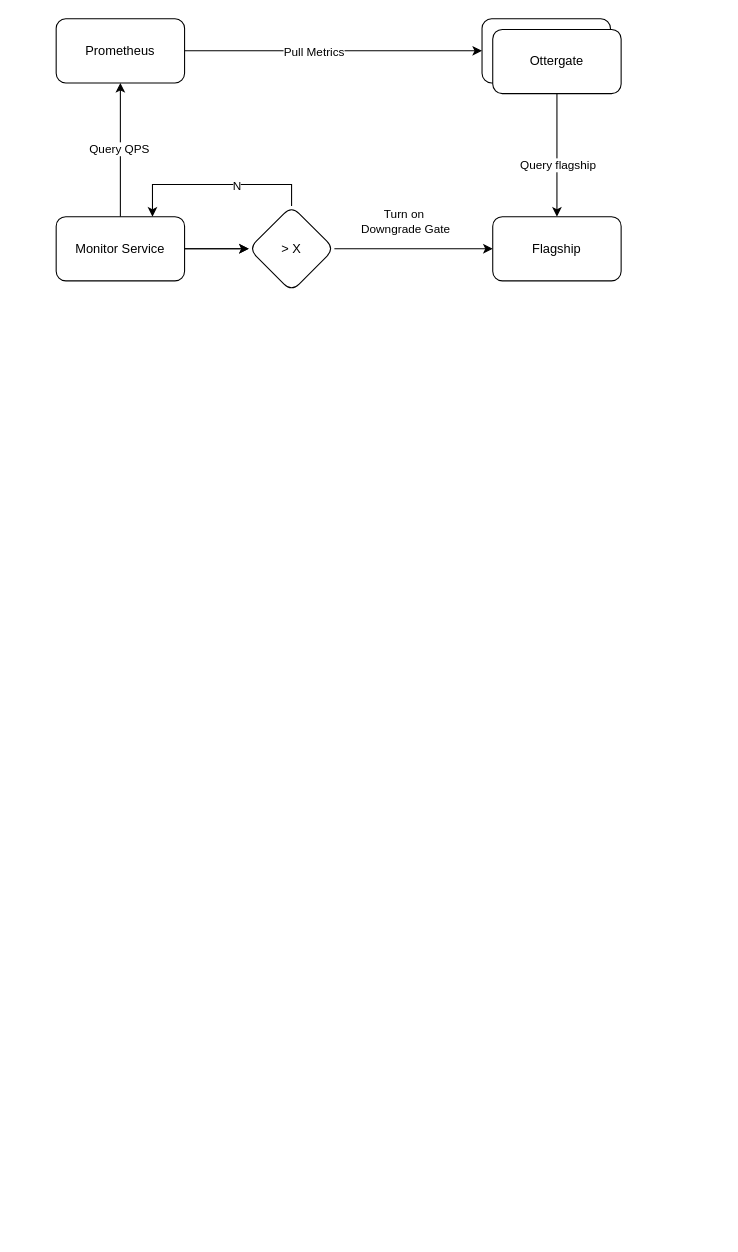
Before: Cp2 Service Down Outage Action Items .drawio in evagle/awesome, a draw.io diagram. Source tidied: cells renumbered, new cells numbered last; positions are measured from the earlier drawing's top-left corner, leaving out a move shared by most shapes. Both pictures are drawn from the tidied source at 107%, with x=0, y=0 at pixel (56, 18).
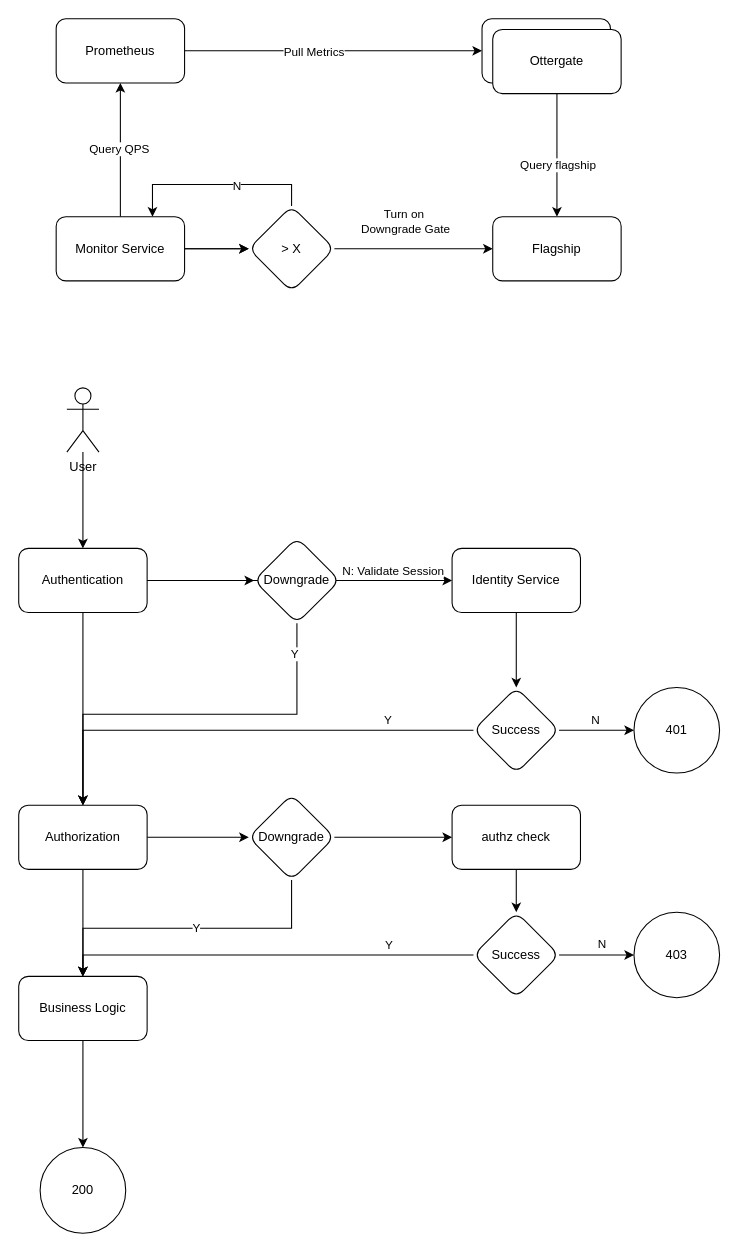
After the change.

What changed in the source:
```diff
@@
+    <mxCell id="20" style="edgeStyle=orthogonalEdgeStyle;rounded=0;jettySize=auto;html=1;entryX=0.5;entryY=0;entryDx=0;entryDy=0;" parent="1" edge="1" source="21" target="24">
+      <mxGeometry relative="1" as="geometry" />
+    </mxCell>
+    <mxCell id="21" value="User" style="shape=umlActor;verticalLabelPosition=bottom;verticalAlign=top;html=1;outlineConnect=0;" parent="1" vertex="1">
+      <mxGeometry x="10" y="345" width="30" height="60" as="geometry" />
+    </mxCell>
+    <mxCell id="22" style="edgeStyle=orthogonalEdgeStyle;rounded=0;jettySize=auto;html=1;exitX=0.5;exitY=1;exitDx=0;exitDy=0;entryX=0.5;entryY=0;entryDx=0;entryDy=0;" parent="1" edge="1" source="24" target="29">
+      <mxGeometry relative="1" as="geometry" />
+    </mxCell>
+    <mxCell id="23" style="edgeStyle=orthogonalEdgeStyle;rounded=0;jettySize=auto;html=1;" parent="1" edge="1" source="24" target="36">
+      <mxGeometry relative="1" as="geometry" />
+    </mxCell>
+    <mxCell id="24" value="Authentication" style="rounded=1;whiteSpace=wrap;html=1;" parent="1" vertex="1">
+      <mxGeometry x="-35" y="495" width="120" height="60" as="geometry" />
+    </mxCell>
+    <mxCell id="25" style="edgeStyle=orthogonalEdgeStyle;rounded=0;jettySize=auto;html=1;exitX=1;exitY=0.5;exitDx=0;exitDy=0;" parent="1" edge="1" source="24" target="33">
+      <mxGeometry relative="1" as="geometry" />
+    </mxCell>
+    <mxCell id="26" value="N: Validate Session" style="edgeLabel;html=1;align=center;verticalAlign=middle;" parent="25" vertex="1">
+      <mxGeometry x="-0.13" y="1" relative="1" as="geometry">
+        <mxPoint x="105" y="-9" as="offset" />
+      </mxGeometry>
+    </mxCell>
+    <mxCell id="27" style="edgeStyle=orthogonalEdgeStyle;rounded=0;jettySize=auto;html=1;exitX=0.5;exitY=1;exitDx=0;exitDy=0;" parent="1" edge="1" source="29" target="31">
+      <mxGeometry relative="1" as="geometry" />
+    </mxCell>
+    <mxCell id="28" style="edgeStyle=orthogonalEdgeStyle;rounded=0;jettySize=auto;html=1;" parent="1" edge="1" source="29" target="46">
+      <mxGeometry relative="1" as="geometry" />
+    </mxCell>
+    <mxCell id="29" value="Authorization" style="rounded=1;whiteSpace=wrap;html=1;" parent="1" vertex="1">
+      <mxGeometry x="-35" y="735" width="120" height="60" as="geometry" />
+    </mxCell>
+    <mxCell id="30" style="edgeStyle=orthogonalEdgeStyle;rounded=0;jettySize=auto;html=1;exitX=0.5;exitY=1;exitDx=0;exitDy=0;" parent="1" edge="1" source="31" target="54">
+      <mxGeometry relative="1" as="geometry" />
+    </mxCell>
+    <mxCell id="31" value="Business Logic" style="rounded=1;whiteSpace=wrap;html=1;" parent="1" vertex="1">
+      <mxGeometry x="-35" y="895" width="120" height="60" as="geometry" />
+    </mxCell>
+    <mxCell id="32" style="edgeStyle=orthogonalEdgeStyle;rounded=0;jettySize=auto;html=1;" parent="1" edge="1" source="33" target="42">
+      <mxGeometry relative="1" as="geometry" />
+    </mxCell>
+    <mxCell id="33" value="Identity Service" style="whiteSpace=wrap;html=1;rounded=1;" parent="1" vertex="1">
+      <mxGeometry x="370" y="495" width="120" height="60" as="geometry" />
+    </mxCell>
+    <mxCell id="34" style="edgeStyle=orthogonalEdgeStyle;rounded=0;jettySize=auto;html=1;exitX=0.5;exitY=1;exitDx=0;exitDy=0;entryX=0.5;entryY=0;entryDx=0;entryDy=0;" parent="1" edge="1" source="36" target="29">
+      <mxGeometry relative="1" as="geometry" />
+    </mxCell>
+    <mxCell id="35" value="Y" style="edgeLabel;html=1;align=center;verticalAlign=middle;" parent="34" vertex="1">
+      <mxGeometry x="-0.85" y="-3" relative="1" as="geometry" />
+    </mxCell>
+    <mxCell id="36" value="Downgrade" style="rhombus;whiteSpace=wrap;html=1;rounded=1;" parent="1" vertex="1">
+      <mxGeometry x="185" y="485" width="80" height="80" as="geometry" />
+    </mxCell>
+    <mxCell id="37" value="401" style="ellipse;whiteSpace=wrap;html=1;" parent="1" vertex="1">
+      <mxGeometry x="540" y="625" width="80" height="80" as="geometry" />
+    </mxCell>
+    <mxCell id="38" style="edgeStyle=orthogonalEdgeStyle;rounded=0;jettySize=auto;html=1;exitX=1;exitY=0.5;exitDx=0;exitDy=0;entryX=0;entryY=0.5;entryDx=0;entryDy=0;" parent="1" edge="1" source="42" target="37">
+      <mxGeometry relative="1" as="geometry" />
+    </mxCell>
+    <mxCell id="39" value="N" style="edgeLabel;html=1;align=center;verticalAlign=middle;" parent="38" vertex="1">
+      <mxGeometry x="-0.06" y="-1" relative="1" as="geometry">
+        <mxPoint y="-11" as="offset" />
+      </mxGeometry>
+    </mxCell>
+    <mxCell id="40" style="edgeStyle=orthogonalEdgeStyle;rounded=0;jettySize=auto;html=1;exitX=0;exitY=0.5;exitDx=0;exitDy=0;entryX=0.5;entryY=0;entryDx=0;entryDy=0;" parent="1" edge="1" source="42" target="29">
+      <mxGeometry relative="1" as="geometry" />
+    </mxCell>
+    <mxCell id="41" value="Y" style="edgeLabel;html=1;align=center;verticalAlign=middle;" parent="40" vertex="1">
+      <mxGeometry y="-6" relative="1" as="geometry">
+        <mxPoint x="137" y="-4" as="offset" />
+      </mxGeometry>
+    </mxCell>
+    <mxCell id="42" value="Success" style="rhombus;whiteSpace=wrap;html=1;rounded=1;" parent="1" vertex="1">
+      <mxGeometry x="390" y="625" width="80" height="80" as="geometry" />
+    </mxCell>
+    <mxCell id="43" style="edgeStyle=orthogonalEdgeStyle;rounded=0;jettySize=auto;html=1;exitX=0.5;exitY=1;exitDx=0;exitDy=0;entryX=0.5;entryY=0;entryDx=0;entryDy=0;" parent="1" edge="1" source="46" target="31">
+      <mxGeometry relative="1" as="geometry" />
+    </mxCell>
+    <mxCell id="44" value="Y" style="edgeLabel;html=1;align=center;verticalAlign=middle;" parent="43" vertex="1">
+      <mxGeometry x="-0.05" y="-1" relative="1" as="geometry" />
+    </mxCell>
+    <mxCell id="45" style="edgeStyle=orthogonalEdgeStyle;rounded=0;jettySize=auto;html=1;" parent="1" edge="1" source="46" target="49">
+      <mxGeometry relative="1" as="geometry" />
+    </mxCell>
+    <mxCell id="46" value="Downgrade" style="rhombus;whiteSpace=wrap;html=1;rounded=1;" parent="1" vertex="1">
+      <mxGeometry x="180" y="725" width="80" height="80" as="geometry" />
+    </mxCell>
+    <mxCell id="47" value="403" style="ellipse;whiteSpace=wrap;html=1;" parent="1" vertex="1">
+      <mxGeometry x="540" y="835" width="80" height="80" as="geometry" />
+    </mxCell>
+    <mxCell id="48" style="edgeStyle=orthogonalEdgeStyle;rounded=0;jettySize=auto;html=1;" parent="1" edge="1" source="49" target="53">
+      <mxGeometry relative="1" as="geometry" />
+    </mxCell>
+    <mxCell id="49" value="authz check" style="whiteSpace=wrap;html=1;rounded=1;" parent="1" vertex="1">
+      <mxGeometry x="370" y="735" width="120" height="60" as="geometry" />
+    </mxCell>
+    <mxCell id="50" value="N" style="edgeStyle=orthogonalEdgeStyle;rounded=0;jettySize=auto;html=1;exitX=1;exitY=0.5;exitDx=0;exitDy=0;entryX=0;entryY=0.5;entryDx=0;entryDy=0;" parent="1" edge="1" source="53" target="47">
+      <mxGeometry x="0.14" y="10" relative="1" as="geometry" />
+    </mxCell>
+    <mxCell id="51" style="edgeStyle=orthogonalEdgeStyle;rounded=0;jettySize=auto;html=1;exitX=0;exitY=0.5;exitDx=0;exitDy=0;entryX=0.5;entryY=0;entryDx=0;entryDy=0;" parent="1" edge="1" source="53" target="31">
+      <mxGeometry relative="1" as="geometry" />
+    </mxCell>
+    <mxCell id="52" value="Y" style="edgeLabel;html=1;align=center;verticalAlign=middle;" parent="51" vertex="1">
+      <mxGeometry x="-0.7" y="-2" relative="1" as="geometry">
+        <mxPoint x="-22" y="-8" as="offset" />
+      </mxGeometry>
+    </mxCell>
+    <mxCell id="53" value="Success" style="rhombus;whiteSpace=wrap;html=1;rounded=1;" parent="1" vertex="1">
+      <mxGeometry x="390" y="835" width="80" height="80" as="geometry" />
+    </mxCell>
+    <mxCell id="54" value="200" style="ellipse;whiteSpace=wrap;html=1;" parent="1" vertex="1">
+      <mxGeometry x="-15" y="1055" width="80" height="80" as="geometry" />
+    </mxCell>
```
